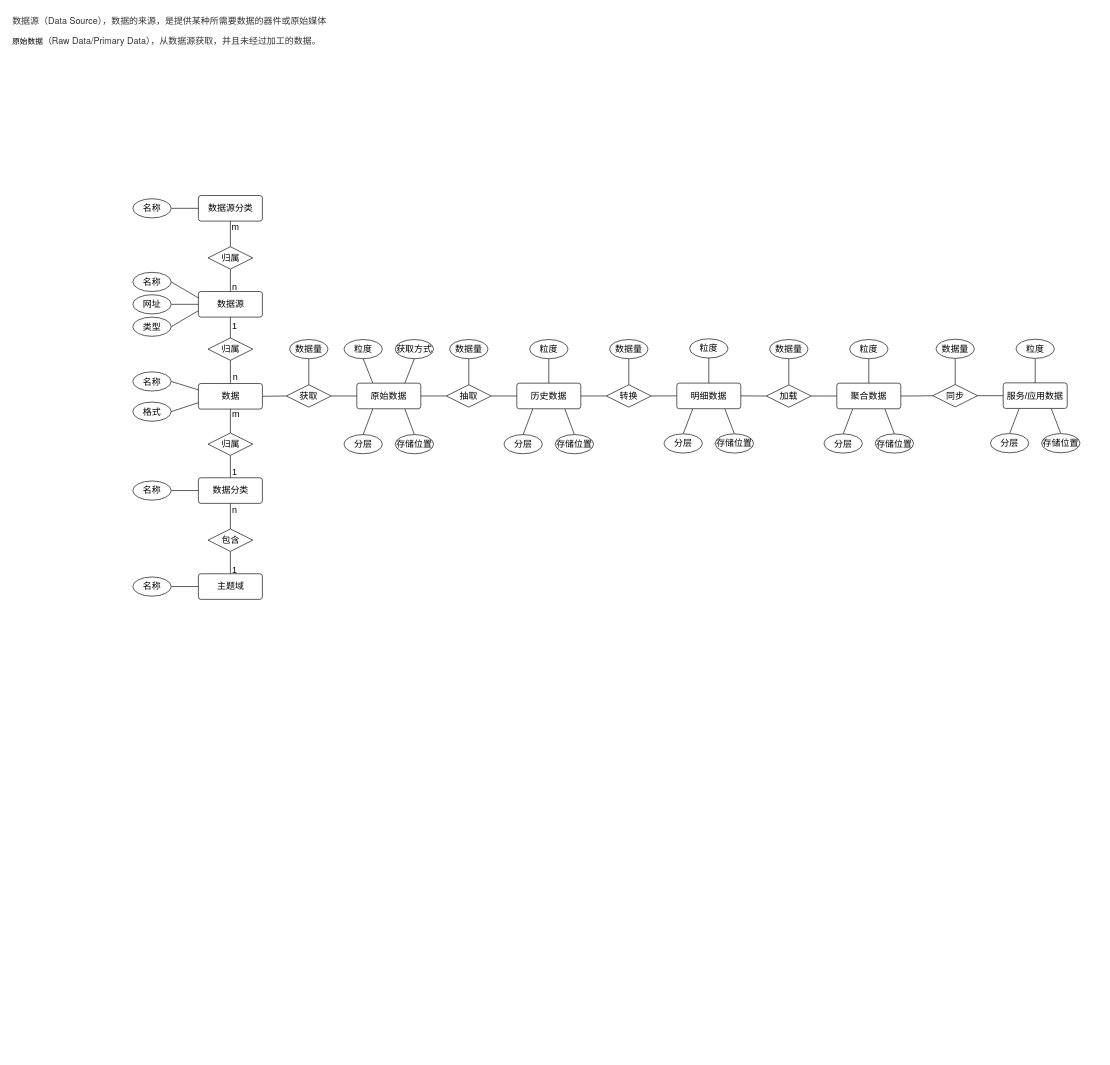
Before: 数据源模型.drawio in wangzijia122/drawio_repository, a draw.io diagram. Source tidied: cells renumbered, new cells numbered last; positions are measured from the earlier drawing's top-left corner, leaving out a move shared by most shapes. Both pictures are drawn from the tidied source at 64%, with x=0, y=0 at pixel (11, 11).
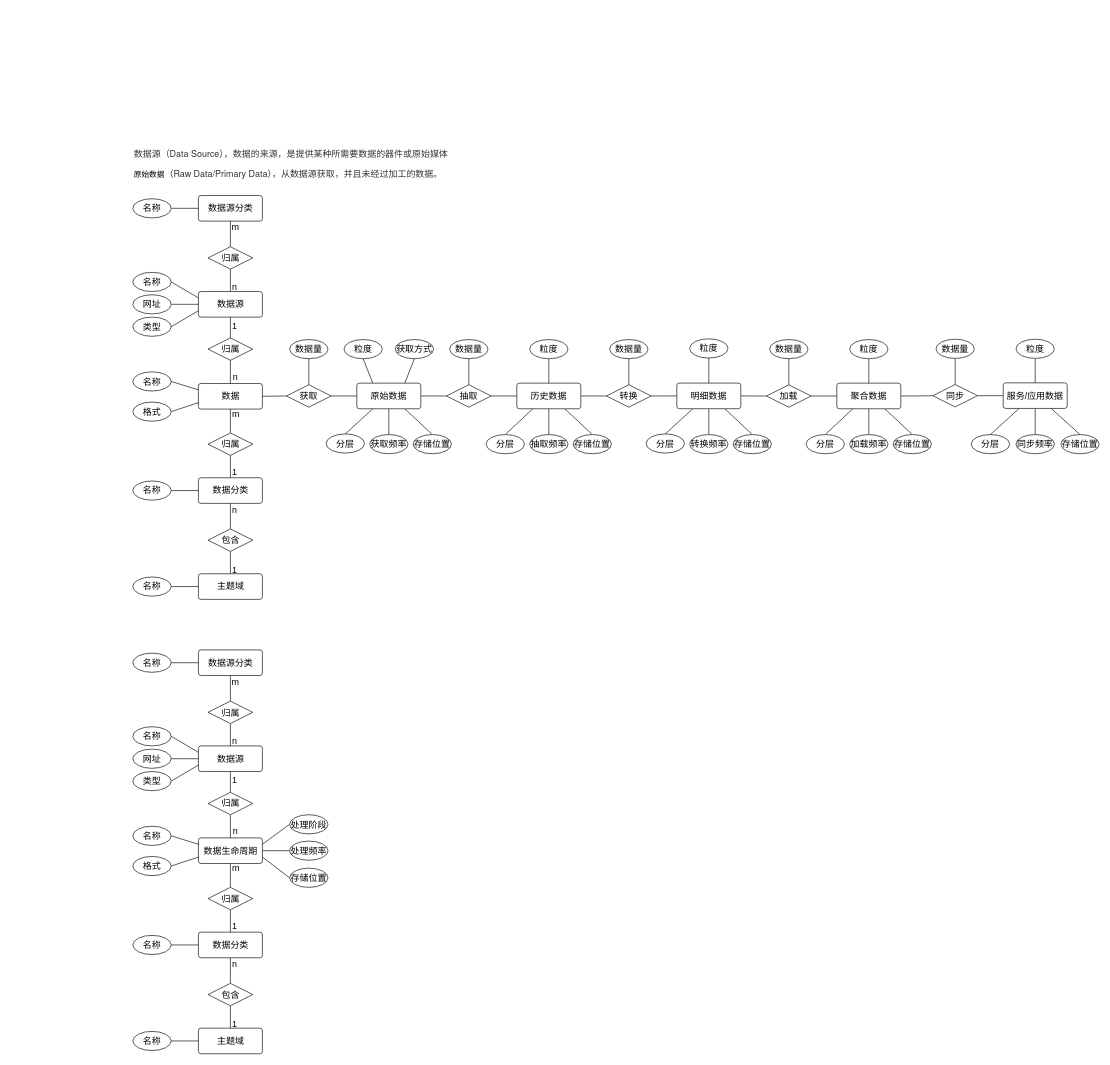
The same page after the edit.

Commit message (it also covers changes not shown here):
更新数据源模型.drawio

The change refers to these unchanged cells:
```xml
<mxCell id="53" value="原始数据" style="rounded=1;arcSize=10;whiteSpace=wrap;html=1;align=center;fontSize=14;" parent="1" vertex="1">
  <mxGeometry x="540" y="581.2" width="100" height="40" as="geometry" />
</mxCell>
<mxCell id="66" value="历史数据" style="rounded=1;arcSize=10;whiteSpace=wrap;html=1;align=center;fontSize=14;" parent="1" vertex="1">
  <mxGeometry x="790" y="581.2" width="100" height="40" as="geometry" />
</mxCell>
<mxCell id="78" value="明细数据" style="rounded=1;arcSize=10;whiteSpace=wrap;html=1;align=center;fontSize=14;" parent="1" vertex="1">
  <mxGeometry x="1040" y="581.1" width="100" height="40" as="geometry" />
</mxCell>
<mxCell id="90" value="聚合数据" style="rounded=1;arcSize=10;whiteSpace=wrap;html=1;align=center;fontSize=14;" parent="1" vertex="1">
  <mxGeometry x="1290" y="581.2" width="100" height="40" as="geometry" />
</mxCell>
<mxCell id="101" value="服务/应用数据" style="rounded=1;arcSize=10;whiteSpace=wrap;html=1;align=center;fontSize=14;" parent="1" vertex="1">
  <mxGeometry x="1550" y="580.7" width="100" height="40" as="geometry" />
</mxCell>
```

Diff of the diagram source:
```diff
@@
     <mxCell id="2" value="&lt;div style=&quot;text-indent: 0px;&quot;&gt;&lt;span style=&quot;background-color: rgb(255, 255, 255); color: rgb(51, 51, 51); font-family: &amp;quot;Helvetica Neue&amp;quot;, Helvetica, Arial, &amp;quot;PingFang SC&amp;quot;, &amp;quot;Hiragino Sans GB&amp;quot;, &amp;quot;Microsoft YaHei&amp;quot;, &amp;quot;WenQuanYi Micro Hei&amp;quot;, sans-serif, font-extend; font-size: 14px; text-indent: 28px;&quot;&gt;数据源（Data Source），数据的来源，是提供某种所需要数据的器件或原始媒体&lt;/span&gt;&lt;/div&gt;" style="text;html=1;align=left;verticalAlign=middle;strokeColor=none;fillColor=none;" parent="1" vertex="1">
-      <mxGeometry width="520" height="30" as="geometry" />
+      <mxGeometry x="190" y="208" width="520" height="30" as="geometry" />
     </mxCell>
@@
     <mxCell id="12" value="&lt;div style=&quot;text-indent: 0px;&quot;&gt;&lt;span style=&quot;text-indent: 28px; font-size: 12px; background-color: rgb(251, 251, 251);&quot;&gt;原始数据&lt;/span&gt;&lt;span style=&quot;background-color: rgb(255, 255, 255); color: rgb(51, 51, 51); font-family: &amp;quot;Helvetica Neue&amp;quot;, Helvetica, Arial, &amp;quot;PingFang SC&amp;quot;, &amp;quot;Hiragino Sans GB&amp;quot;, &amp;quot;Microsoft YaHei&amp;quot;, &amp;quot;WenQuanYi Micro Hei&amp;quot;, sans-serif, font-extend; font-size: 14px; text-indent: 28px;&quot;&gt;（Raw Data/Primary Data），从数据源获取，并且未经过加工的数据。&lt;/span&gt;&lt;/div&gt;" style="text;html=1;align=left;verticalAlign=middle;strokeColor=none;fillColor=none;" parent="1" vertex="1">
-      <mxGeometry y="30" width="510" height="30" as="geometry" />
+      <mxGeometry x="190" y="238" width="510" height="30" as="geometry" />
     </mxCell>
@@
+    <mxCell id="107" style="edgeStyle=orthogonalEdgeStyle;rounded=0;jettySize=auto;html=1;exitX=0.5;exitY=1;exitDx=0;exitDy=0;entryX=0.5;entryY=0;entryDx=0;entryDy=0;endArrow=none;endFill=0;" parent="1" edge="1" source="53" target="159">
+      <mxGeometry relative="1" as="geometry" />
+    </mxCell>
@@
     <mxCell id="56" value="分层" style="ellipse;whiteSpace=wrap;html=1;align=center;fontSize=14;" parent="1" vertex="1">
-      <mxGeometry x="520" y="661.5" width="60" height="30" as="geometry" />
+      <mxGeometry x="492" y="660.5" width="60" height="30" as="geometry" />
     </mxCell>
     <mxCell id="57" value="存储位置" style="ellipse;whiteSpace=wrap;html=1;align=center;fontSize=14;" parent="1" vertex="1">
-      <mxGeometry x="600" y="661.5" width="60" height="30" as="geometry" />
+      <mxGeometry x="628" y="661.5" width="60" height="30" as="geometry" />
     </mxCell>
@@
+    <mxCell id="108" style="rounded=0;jettySize=auto;html=1;exitX=0.5;exitY=1;exitDx=0;exitDy=0;endArrow=none;endFill=0;" parent="1" edge="1" source="66" target="160">
+      <mxGeometry relative="1" as="geometry" />
+    </mxCell>
@@
     <mxCell id="68" value="分层" style="ellipse;whiteSpace=wrap;html=1;align=center;fontSize=14;" parent="1" vertex="1">
-      <mxGeometry x="770" y="661.5" width="60" height="30" as="geometry" />
+      <mxGeometry x="742" y="661.5" width="60" height="30" as="geometry" />
     </mxCell>
     <mxCell id="69" value="存储位置" style="ellipse;whiteSpace=wrap;html=1;align=center;fontSize=14;" parent="1" vertex="1">
-      <mxGeometry x="850" y="661.5" width="60" height="30" as="geometry" />
+      <mxGeometry x="878" y="661.5" width="60" height="30" as="geometry" />
     </mxCell>
@@
+    <mxCell id="109" style="rounded=0;jettySize=auto;html=1;exitX=0.5;exitY=1;exitDx=0;exitDy=0;entryX=0.5;entryY=0;entryDx=0;entryDy=0;endArrow=none;endFill=0;" parent="1" edge="1" source="78" target="161">
+      <mxGeometry relative="1" as="geometry" />
+    </mxCell>
@@
     <mxCell id="79" value="分层" style="ellipse;whiteSpace=wrap;html=1;align=center;fontSize=14;" parent="1" vertex="1">
-      <mxGeometry x="1020" y="660.4" width="60" height="30" as="geometry" />
+      <mxGeometry x="992" y="660.5" width="60" height="30" as="geometry" />
     </mxCell>
     <mxCell id="80" value="存储位置" style="ellipse;whiteSpace=wrap;html=1;align=center;fontSize=14;" parent="1" vertex="1">
-      <mxGeometry x="1100" y="660.4" width="60" height="30" as="geometry" />
+      <mxGeometry x="1128" y="661.5" width="60" height="30" as="geometry" />
     </mxCell>
@@
+    <mxCell id="110" style="rounded=0;jettySize=auto;html=1;exitX=0.5;exitY=1;exitDx=0;exitDy=0;endArrow=none;endFill=0;" parent="1" edge="1" source="90" target="162">
+      <mxGeometry relative="1" as="geometry" />
+    </mxCell>
@@
     <mxCell id="91" value="分层" style="ellipse;whiteSpace=wrap;html=1;align=center;fontSize=14;" parent="1" vertex="1">
-      <mxGeometry x="1270" y="660.5" width="60" height="30" as="geometry" />
+      <mxGeometry x="1242" y="661.5" width="60" height="30" as="geometry" />
     </mxCell>
     <mxCell id="92" value="存储位置" style="ellipse;whiteSpace=wrap;html=1;align=center;fontSize=14;" parent="1" vertex="1">
-      <mxGeometry x="1350" y="660.5" width="60" height="30" as="geometry" />
+      <mxGeometry x="1378" y="661.5" width="60" height="30" as="geometry" />
     </mxCell>
@@
+    <mxCell id="111" style="rounded=0;jettySize=auto;html=1;exitX=0.5;exitY=1;exitDx=0;exitDy=0;entryX=0.5;entryY=0;entryDx=0;entryDy=0;endArrow=none;endFill=0;" parent="1" edge="1" source="101" target="163">
+      <mxGeometry relative="1" as="geometry" />
+    </mxCell>
@@
     <mxCell id="102" value="分层" style="ellipse;whiteSpace=wrap;html=1;align=center;fontSize=14;" parent="1" vertex="1">
-      <mxGeometry x="1530" y="660" width="60" height="30" as="geometry" />
+      <mxGeometry x="1500" y="661.5" width="60" height="30" as="geometry" />
     </mxCell>
     <mxCell id="103" value="存储位置" style="ellipse;whiteSpace=wrap;html=1;align=center;fontSize=14;" parent="1" vertex="1">
-      <mxGeometry x="1610" y="660" width="60" height="30" as="geometry" />
+      <mxGeometry x="1640" y="661.5" width="60" height="30" as="geometry" />
     </mxCell>
@@
+    <mxCell id="112" value="数据源分类" style="rounded=1;arcSize=10;whiteSpace=wrap;html=1;align=center;fontSize=14;" parent="1" vertex="1">
+      <mxGeometry x="292.5" y="998" width="100" height="40" as="geometry" />
+    </mxCell>
+    <mxCell id="113" style="rounded=0;jettySize=auto;html=1;exitX=0.5;exitY=1;exitDx=0;exitDy=0;entryX=0.5;entryY=0;entryDx=0;entryDy=0;endArrow=none;endFill=0;fontSize=14;" parent="1" edge="1" source="118" target="139">
+      <mxGeometry relative="1" as="geometry" />
+    </mxCell>
+    <mxCell id="114" value="m" style="edgeLabel;html=1;align=center;verticalAlign=middle;fontSize=14;" parent="113" vertex="1">
+      <mxGeometry x="-0.56" y="1" relative="1" as="geometry">
+        <mxPoint x="7" y="-1" as="offset" />
+      </mxGeometry>
+    </mxCell>
+    <mxCell id="115" style="rounded=0;jettySize=auto;html=1;entryX=0;entryY=0.5;entryDx=0;entryDy=0;endArrow=none;endFill=0;exitX=1;exitY=0.25;exitDx=0;exitDy=0;" parent="1" edge="1" source="118" target="156">
+      <mxGeometry relative="1" as="geometry" />
+    </mxCell>
+    <mxCell id="116" style="rounded=0;jettySize=auto;html=1;exitX=1;exitY=0.5;exitDx=0;exitDy=0;entryX=0;entryY=0.5;entryDx=0;entryDy=0;endArrow=none;endFill=0;" parent="1" edge="1" source="118" target="158">
+      <mxGeometry relative="1" as="geometry" />
+    </mxCell>
+    <mxCell id="117" style="rounded=0;jettySize=auto;html=1;exitX=1;exitY=0.75;exitDx=0;exitDy=0;entryX=0;entryY=0.5;entryDx=0;entryDy=0;endArrow=none;endFill=0;" parent="1" edge="1" source="118" target="157">
+      <mxGeometry relative="1" as="geometry" />
+    </mxCell>
+    <mxCell id="118" value="数据生命周期" style="rounded=1;arcSize=10;whiteSpace=wrap;html=1;align=center;fontSize=14;" parent="1" vertex="1">
+      <mxGeometry x="292.5" y="1291.7" width="100" height="40" as="geometry" />
+    </mxCell>
+    <mxCell id="119" style="rounded=0;jettySize=auto;html=1;exitX=1;exitY=0.5;exitDx=0;exitDy=0;entryX=0;entryY=0.25;entryDx=0;entryDy=0;endArrow=none;endFill=0;fontSize=14;" parent="1" edge="1" source="120" target="118">
+      <mxGeometry relative="1" as="geometry" />
+    </mxCell>
+    <mxCell id="120" value="名称" style="ellipse;whiteSpace=wrap;html=1;align=center;fontSize=14;" parent="1" vertex="1">
+      <mxGeometry x="190" y="1273.5" width="60" height="30" as="geometry" />
+    </mxCell>
+    <mxCell id="121" style="rounded=0;jettySize=auto;html=1;exitX=1;exitY=0.5;exitDx=0;exitDy=0;entryX=0;entryY=0.75;entryDx=0;entryDy=0;endArrow=none;endFill=0;fontSize=14;" parent="1" edge="1" source="122" target="118">
+      <mxGeometry relative="1" as="geometry" />
+    </mxCell>
+    <mxCell id="122" value="格式" style="ellipse;whiteSpace=wrap;html=1;align=center;fontSize=14;" parent="1" vertex="1">
+      <mxGeometry x="190" y="1320.7" width="60" height="30" as="geometry" />
+    </mxCell>
+    <mxCell id="123" style="rounded=0;jettySize=auto;html=1;exitX=0.5;exitY=1;exitDx=0;exitDy=0;endArrow=none;endFill=0;fontSize=14;" parent="1" edge="1" source="125" target="118">
+      <mxGeometry relative="1" as="geometry" />
+    </mxCell>
+    <mxCell id="124" value="n" style="edgeLabel;html=1;align=center;verticalAlign=middle;fontSize=14;" parent="123" vertex="1">
+      <mxGeometry x="0.51" y="2" relative="1" as="geometry">
+        <mxPoint x="5" y="-2" as="offset" />
+      </mxGeometry>
+    </mxCell>
+    <mxCell id="125" value="归属" style="shape=rhombus;perimeter=rhombusPerimeter;whiteSpace=wrap;html=1;align=center;fontSize=14;" parent="1" vertex="1">
+      <mxGeometry x="307.5" y="1220.5" width="70" height="35" as="geometry" />
+    </mxCell>
+    <mxCell id="126" style="rounded=0;jettySize=auto;html=1;exitX=0.5;exitY=1;exitDx=0;exitDy=0;entryX=0.5;entryY=0;entryDx=0;entryDy=0;endArrow=none;endFill=0;fontSize=14;" parent="1" edge="1" source="130" target="125">
+      <mxGeometry relative="1" as="geometry" />
+    </mxCell>
+    <mxCell id="127" value="1" style="edgeLabel;html=1;align=center;verticalAlign=middle;fontSize=14;" parent="126" vertex="1">
+      <mxGeometry x="-0.71" y="1" relative="1" as="geometry">
+        <mxPoint x="5" y="8" as="offset" />
+      </mxGeometry>
+    </mxCell>
+    <mxCell id="128" style="rounded=0;jettySize=auto;html=1;exitX=0.5;exitY=0;exitDx=0;exitDy=0;entryX=0.5;entryY=1;entryDx=0;entryDy=0;endArrow=none;endFill=0;fontSize=14;" parent="1" edge="1" source="130" target="153">
+      <mxGeometry relative="1" as="geometry" />
+    </mxCell>
+    <mxCell id="129" value="n" style="edgeLabel;html=1;align=center;verticalAlign=middle;fontSize=14;" parent="128" vertex="1">
+      <mxGeometry x="-0.47" relative="1" as="geometry">
+        <mxPoint x="6" y="1" as="offset" />
+      </mxGeometry>
+    </mxCell>
+    <mxCell id="130" value="数据源" style="rounded=1;arcSize=10;whiteSpace=wrap;html=1;align=center;fontSize=14;" parent="1" vertex="1">
+      <mxGeometry x="292.5" y="1148" width="100" height="40" as="geometry" />
+    </mxCell>
+    <mxCell id="131" style="rounded=0;jettySize=auto;html=1;exitX=1;exitY=0.5;exitDx=0;exitDy=0;entryX=0;entryY=0.75;entryDx=0;entryDy=0;endArrow=none;endFill=0;fontSize=14;" parent="1" edge="1" source="132" target="130">
+      <mxGeometry relative="1" as="geometry" />
+    </mxCell>
+    <mxCell id="132" value="类型" style="ellipse;whiteSpace=wrap;html=1;align=center;fontSize=14;" parent="1" vertex="1">
+      <mxGeometry x="190" y="1188" width="60" height="30" as="geometry" />
+    </mxCell>
+    <mxCell id="133" style="rounded=0;jettySize=auto;html=1;exitX=1;exitY=0.5;exitDx=0;exitDy=0;entryX=0;entryY=0.5;entryDx=0;entryDy=0;endArrow=none;endFill=0;fontSize=14;" parent="1" edge="1" source="134" target="130">
+      <mxGeometry relative="1" as="geometry" />
+    </mxCell>
+    <mxCell id="134" value="网址" style="ellipse;whiteSpace=wrap;html=1;align=center;fontSize=14;" parent="1" vertex="1">
+      <mxGeometry x="190" y="1153" width="60" height="30" as="geometry" />
+    </mxCell>
+    <mxCell id="135" style="rounded=0;jettySize=auto;html=1;exitX=1;exitY=0.5;exitDx=0;exitDy=0;entryX=0;entryY=0.25;entryDx=0;entryDy=0;endArrow=none;endFill=0;fontSize=14;" parent="1" edge="1" source="136" target="130">
+      <mxGeometry relative="1" as="geometry" />
+    </mxCell>
+    <mxCell id="136" value="名称" style="ellipse;whiteSpace=wrap;html=1;align=center;fontSize=14;" parent="1" vertex="1">
+      <mxGeometry x="190" y="1118" width="60" height="30" as="geometry" />
+    </mxCell>
+    <mxCell id="137" style="rounded=0;jettySize=auto;html=1;exitX=0.5;exitY=1;exitDx=0;exitDy=0;entryX=0.5;entryY=0;entryDx=0;entryDy=0;endArrow=none;endFill=0;fontSize=14;" parent="1" edge="1" source="139" target="143">
+      <mxGeometry relative="1" as="geometry" />
+    </mxCell>
+    <mxCell id="138" value="1" style="edgeLabel;html=1;align=center;verticalAlign=middle;fontSize=14;" parent="137" vertex="1">
+      <mxGeometry x="0.43" y="2" relative="1" as="geometry">
+        <mxPoint x="4" as="offset" />
+      </mxGeometry>
+    </mxCell>
+    <mxCell id="139" value="归属" style="shape=rhombus;perimeter=rhombusPerimeter;whiteSpace=wrap;html=1;align=center;fontSize=14;" parent="1" vertex="1">
+      <mxGeometry x="307.5" y="1369" width="70" height="35" as="geometry" />
+    </mxCell>
+    <mxCell id="140" style="rounded=0;jettySize=auto;html=1;exitX=0.5;exitY=1;exitDx=0;exitDy=0;entryX=0.5;entryY=0;entryDx=0;entryDy=0;endArrow=none;endFill=0;fontSize=14;" parent="1" edge="1" source="143" target="147">
+      <mxGeometry relative="1" as="geometry" />
+    </mxCell>
+    <mxCell id="141" value="n" style="edgeLabel;html=1;align=center;verticalAlign=middle;fontSize=14;" parent="140" vertex="1">
+      <mxGeometry x="-0.56" y="1" relative="1" as="geometry">
+        <mxPoint x="5" as="offset" />
+      </mxGeometry>
+    </mxCell>
+    <mxCell id="142" style="rounded=0;jettySize=auto;html=1;exitX=0;exitY=0.5;exitDx=0;exitDy=0;entryX=1;entryY=0.5;entryDx=0;entryDy=0;endArrow=none;endFill=0;fontSize=14;" parent="1" edge="1" source="143" target="144">
+      <mxGeometry relative="1" as="geometry" />
+    </mxCell>
+    <mxCell id="143" value="数据分类" style="rounded=1;arcSize=10;whiteSpace=wrap;html=1;align=center;fontSize=14;" parent="1" vertex="1">
+      <mxGeometry x="292.5" y="1439" width="100" height="40" as="geometry" />
+    </mxCell>
+    <mxCell id="144" value="名称" style="ellipse;whiteSpace=wrap;html=1;align=center;fontSize=14;" parent="1" vertex="1">
+      <mxGeometry x="190" y="1444" width="60" height="30" as="geometry" />
+    </mxCell>
+    <mxCell id="145" style="rounded=0;jettySize=auto;html=1;exitX=0.5;exitY=1;exitDx=0;exitDy=0;entryX=0.5;entryY=0;entryDx=0;entryDy=0;endArrow=none;endFill=0;fontSize=14;" parent="1" edge="1" source="147" target="149">
+      <mxGeometry relative="1" as="geometry" />
+    </mxCell>
+    <mxCell id="146" value="1" style="edgeLabel;html=1;align=center;verticalAlign=middle;fontSize=14;" parent="145" vertex="1">
+      <mxGeometry x="0.56" y="1" relative="1" as="geometry">
+        <mxPoint x="5" y="1" as="offset" />
+      </mxGeometry>
+    </mxCell>
+    <mxCell id="147" value="包含" style="shape=rhombus;perimeter=rhombusPerimeter;whiteSpace=wrap;html=1;align=center;fontSize=14;" parent="1" vertex="1">
+      <mxGeometry x="307.5" y="1519" width="70" height="35" as="geometry" />
+    </mxCell>
+    <mxCell id="148" style="rounded=0;jettySize=auto;html=1;exitX=0;exitY=0.5;exitDx=0;exitDy=0;entryX=1;entryY=0.5;entryDx=0;entryDy=0;endArrow=none;endFill=0;fontSize=14;" parent="1" edge="1" source="149" target="150">
+      <mxGeometry relative="1" as="geometry" />
+    </mxCell>
+    <mxCell id="149" value="主题域" style="rounded=1;arcSize=10;whiteSpace=wrap;html=1;align=center;fontSize=14;" parent="1" vertex="1">
+      <mxGeometry x="292.5" y="1589" width="100" height="40" as="geometry" />
+    </mxCell>
+    <mxCell id="150" value="名称" style="ellipse;whiteSpace=wrap;html=1;align=center;fontSize=14;" parent="1" vertex="1">
+      <mxGeometry x="190" y="1594" width="60" height="30" as="geometry" />
+    </mxCell>
+    <mxCell id="151" style="rounded=0;jettySize=auto;html=1;exitX=0.5;exitY=0;exitDx=0;exitDy=0;entryX=0.5;entryY=1;entryDx=0;entryDy=0;endArrow=none;endFill=0;fontSize=14;" parent="1" edge="1" source="153" target="112">
+      <mxGeometry relative="1" as="geometry" />
+    </mxCell>
+    <mxCell id="152" value="m" style="edgeLabel;html=1;align=center;verticalAlign=middle;fontSize=14;" parent="151" vertex="1">
+      <mxGeometry x="0.82" y="-1" relative="1" as="geometry">
+        <mxPoint x="6" y="5" as="offset" />
+      </mxGeometry>
+    </mxCell>
+    <mxCell id="153" value="归属" style="shape=rhombus;perimeter=rhombusPerimeter;whiteSpace=wrap;html=1;align=center;fontSize=14;" parent="1" vertex="1">
+      <mxGeometry x="307.5" y="1078" width="70" height="35" as="geometry" />
+    </mxCell>
+    <mxCell id="154" style="rounded=0;jettySize=auto;html=1;exitX=1;exitY=0.5;exitDx=0;exitDy=0;entryX=0;entryY=0.5;entryDx=0;entryDy=0;endArrow=none;endFill=0;fontSize=14;" parent="1" edge="1" source="155" target="112">
+      <mxGeometry relative="1" as="geometry" />
+    </mxCell>
+    <mxCell id="155" value="名称" style="ellipse;whiteSpace=wrap;html=1;align=center;fontSize=14;" parent="1" vertex="1">
+      <mxGeometry x="190" y="1003" width="60" height="30" as="geometry" />
+    </mxCell>
+    <mxCell id="156" value="处理阶段" style="ellipse;whiteSpace=wrap;html=1;align=center;fontSize=14;" parent="1" vertex="1">
+      <mxGeometry x="435" y="1255.5" width="60" height="30" as="geometry" />
+    </mxCell>
+    <mxCell id="157" value="存储位置" style="ellipse;whiteSpace=wrap;html=1;align=center;fontSize=14;" parent="1" vertex="1">
+      <mxGeometry x="435" y="1339" width="60" height="30" as="geometry" />
+    </mxCell>
+    <mxCell id="158" value="处理频率" style="ellipse;whiteSpace=wrap;html=1;align=center;fontSize=14;" parent="1" vertex="1">
+      <mxGeometry x="435" y="1296.7" width="60" height="30" as="geometry" />
+    </mxCell>
+    <mxCell id="159" value="获取频率" style="ellipse;whiteSpace=wrap;html=1;align=center;fontSize=14;" parent="1" vertex="1">
+      <mxGeometry x="560" y="661.5" width="60" height="30" as="geometry" />
+    </mxCell>
+    <mxCell id="160" value="抽取频率" style="ellipse;whiteSpace=wrap;html=1;align=center;fontSize=14;" parent="1" vertex="1">
+      <mxGeometry x="810" y="661.5" width="60" height="30" as="geometry" />
+    </mxCell>
+    <mxCell id="161" value="转换频率" style="ellipse;whiteSpace=wrap;html=1;align=center;fontSize=14;" parent="1" vertex="1">
+      <mxGeometry x="1060" y="661.5" width="60" height="30" as="geometry" />
+    </mxCell>
+    <mxCell id="162" value="加载频率" style="ellipse;whiteSpace=wrap;html=1;align=center;fontSize=14;" parent="1" vertex="1">
+      <mxGeometry x="1310" y="661.5" width="60" height="30" as="geometry" />
+    </mxCell>
+    <mxCell id="163" value="同步频率" style="ellipse;whiteSpace=wrap;html=1;align=center;fontSize=14;" parent="1" vertex="1">
+      <mxGeometry x="1570" y="661.5" width="60" height="30" as="geometry" />
+    </mxCell>
```
